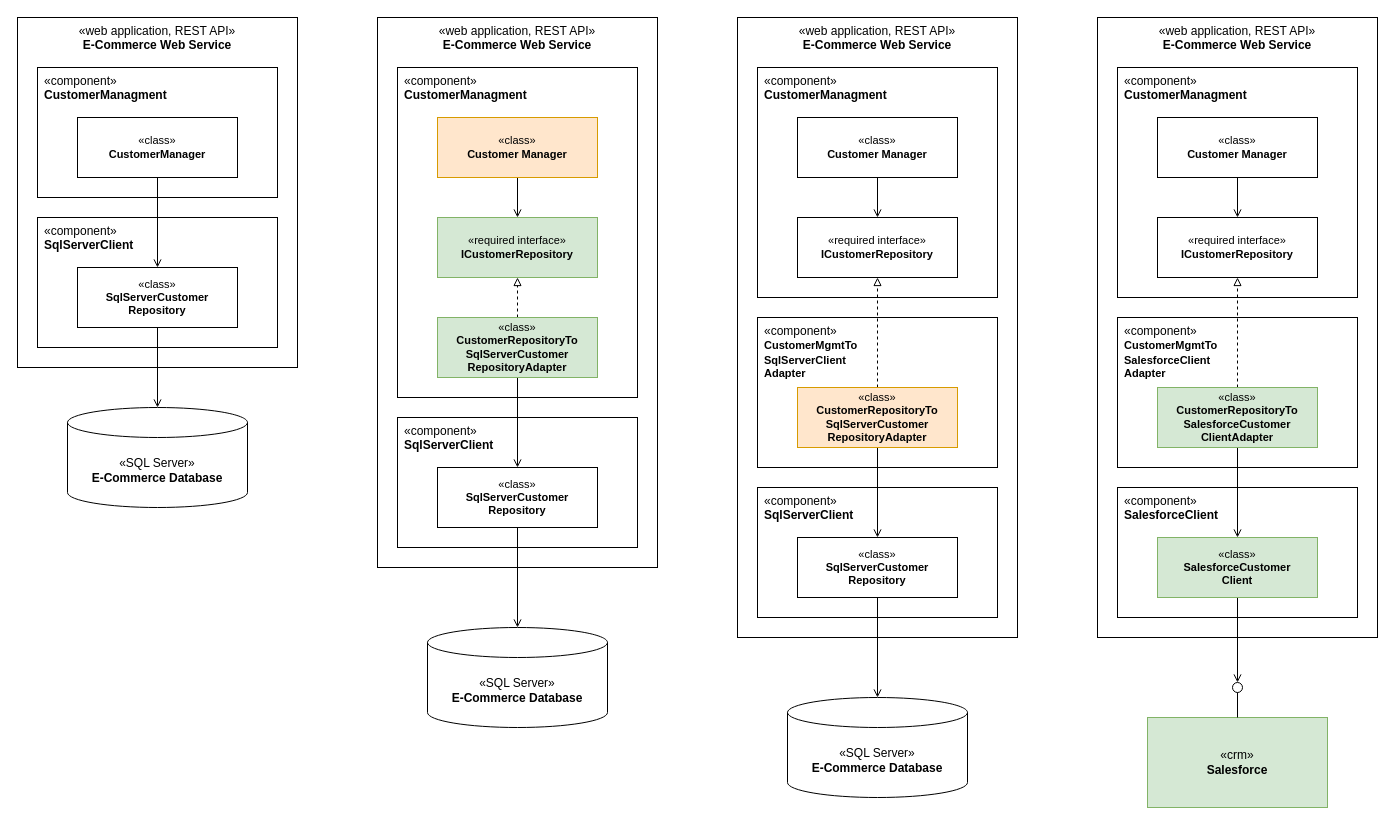
This is Architecture/Tactical Roadmap.drawio from Fabricari/demo-architecture-roadmap-data-migration, a draw.io file, before an edit. Source tidied: cells renumbered, new cells numbered last; positions are measured from the earlier drawing's top-left corner, leaving out a move shared by most shapes. Both pictures are drawn from the tidied source at 100%, with x=0, y=0 at pixel (17, 17).
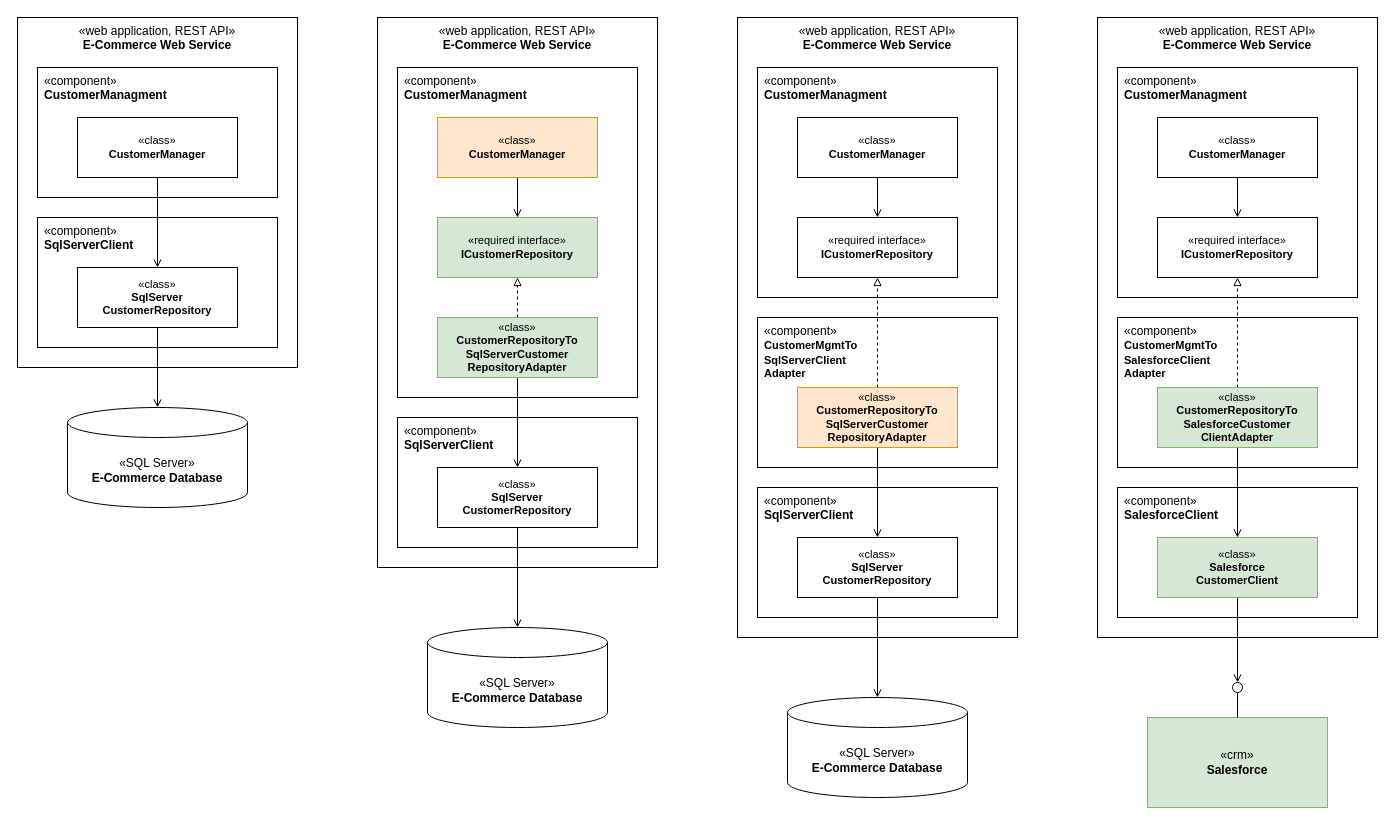
After the change.

Commit message:
Fix class label inconsistencies.

Change to the diagram source:
```diff
@@
-    <mxCell id="10" value="«class»&lt;br&gt;&lt;b&gt;SqlServerCustomer&lt;br&gt;Repository&lt;/b&gt;" style="html=1;whiteSpace=wrap;fontFamily=Helvetica;fontSize=11;fontColor=default;labelBackgroundColor=none;" parent="1" vertex="1">
+    <mxCell id="10" value="«class»&lt;br&gt;&lt;b&gt;SqlServer&lt;br&gt;CustomerRepository&lt;/b&gt;" style="html=1;whiteSpace=wrap;fontFamily=Helvetica;fontSize=11;fontColor=default;labelBackgroundColor=none;" parent="1" vertex="1">
       <mxGeometry x="60" y="250" width="160" height="60" as="geometry" />
     </mxCell>
@@
-    <mxCell id="17" value="«class»&lt;br&gt;&lt;b&gt;Customer Manager&lt;/b&gt;" style="html=1;whiteSpace=wrap;fontFamily=Helvetica;fontSize=11;labelBackgroundColor=none;fillColor=#ffe6cc;strokeColor=#d79b00;" parent="1" vertex="1">
+    <mxCell id="17" value="«class»&lt;br&gt;&lt;b&gt;CustomerManager&lt;/b&gt;" style="html=1;whiteSpace=wrap;fontFamily=Helvetica;fontSize=11;labelBackgroundColor=none;fillColor=#ffe6cc;strokeColor=#d79b00;" parent="1" vertex="1">
       <mxGeometry x="420" y="100" width="160" height="60" as="geometry" />
     </mxCell>
-    <mxCell id="18" value="«class»&lt;br&gt;&lt;b&gt;SqlServerCustomer&lt;br&gt;Repository&lt;/b&gt;" style="html=1;whiteSpace=wrap;fontFamily=Helvetica;fontSize=11;fontColor=default;labelBackgroundColor=none;" parent="1" vertex="1">
+    <mxCell id="18" value="«class»&lt;br&gt;&lt;b&gt;SqlServer&lt;br&gt;CustomerRepository&lt;/b&gt;" style="html=1;whiteSpace=wrap;fontFamily=Helvetica;fontSize=11;fontColor=default;labelBackgroundColor=none;" parent="1" vertex="1">
       <mxGeometry x="420" y="450" width="160" height="60" as="geometry" />
     </mxCell>
@@
-    <mxCell id="28" value="«class»&lt;br&gt;&lt;b&gt;Customer Manager&lt;/b&gt;" style="html=1;whiteSpace=wrap;fontFamily=Helvetica;fontSize=11;fontColor=default;labelBackgroundColor=none;" parent="1" vertex="1">
+    <mxCell id="28" value="«class»&lt;br&gt;&lt;b&gt;CustomerManager&lt;/b&gt;" style="html=1;whiteSpace=wrap;fontFamily=Helvetica;fontSize=11;fontColor=default;labelBackgroundColor=none;" parent="1" vertex="1">
       <mxGeometry x="780" y="100" width="160" height="60" as="geometry" />
     </mxCell>
-    <mxCell id="29" value="«class»&lt;br&gt;&lt;b&gt;SqlServerCustomer&lt;br&gt;Repository&lt;/b&gt;" style="html=1;whiteSpace=wrap;fontFamily=Helvetica;fontSize=11;fontColor=default;labelBackgroundColor=none;" parent="1" vertex="1">
+    <mxCell id="29" value="«class»&lt;br&gt;&lt;b&gt;SqlServer&lt;br&gt;CustomerRepository&lt;/b&gt;" style="html=1;whiteSpace=wrap;fontFamily=Helvetica;fontSize=11;fontColor=default;labelBackgroundColor=none;" parent="1" vertex="1">
       <mxGeometry x="780" y="520" width="160" height="60" as="geometry" />
     </mxCell>
@@
-    <mxCell id="41" value="«class»&lt;br&gt;&lt;b&gt;Customer Manager&lt;/b&gt;" style="html=1;whiteSpace=wrap;fontFamily=Helvetica;fontSize=11;fontColor=default;labelBackgroundColor=none;" parent="1" vertex="1">
+    <mxCell id="41" value="«class»&lt;br&gt;&lt;b&gt;CustomerManager&lt;/b&gt;" style="html=1;whiteSpace=wrap;fontFamily=Helvetica;fontSize=11;fontColor=default;labelBackgroundColor=none;" parent="1" vertex="1">
       <mxGeometry x="1140" y="100" width="160" height="60" as="geometry" />
     </mxCell>
-    <mxCell id="42" value="«class»&lt;br&gt;&lt;b&gt;Salesforce&lt;/b&gt;&lt;b style=&quot;background-color: transparent; color: light-dark(rgb(0, 0, 0), rgb(255, 255, 255));&quot;&gt;Customer&lt;br&gt;Client&lt;/b&gt;" style="html=1;whiteSpace=wrap;fontFamily=Helvetica;fontSize=11;labelBackgroundColor=none;fillColor=#d5e8d4;strokeColor=#82b366;" parent="1" vertex="1">
+    <mxCell id="42" value="«class»&lt;br&gt;&lt;b&gt;Salesforce&lt;/b&gt;&lt;div&gt;&lt;b style=&quot;background-color: transparent; color: light-dark(rgb(0, 0, 0), rgb(255, 255, 255));&quot;&gt;CustomerClient&lt;/b&gt;&lt;/div&gt;" style="html=1;whiteSpace=wrap;fontFamily=Helvetica;fontSize=11;labelBackgroundColor=none;fillColor=#d5e8d4;strokeColor=#82b366;" parent="1" vertex="1">
       <mxGeometry x="1140" y="520" width="160" height="60" as="geometry" />
     </mxCell>
```
